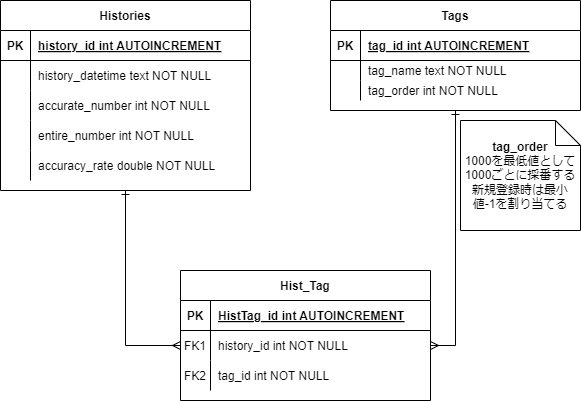
Above: documents/テーブル設計.drawio.png in Lis-ReKid/CorrectRateLog (draw.io), before the change. Source tidied: cells renumbered, new cells last; positions are measured from the earlier drawing's top-left corner, leaving out a move shared by most shapes.
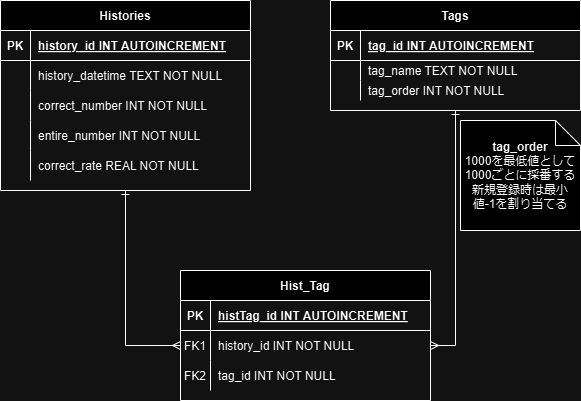
Later version of the same file.

Commit message:
テーブル設計書を改修

Change to the diagram source:
```diff
@@ -1,121 +1,121 @@
-<mxGraphModel background="#FFFFFF">
+<mxGraphModel>
   <root>
     <mxCell id="0" />
     <mxCell id="1" parent="0" />
     <mxCell id="2" value="Tags" style="shape=table;startSize=30;rowLines=0;fontStyle=1;align=center;" parent="1" vertex="1">
       <mxGeometry x="330" width="250" height="110" as="geometry" />
     </mxCell>
-    <mxCell id="3" style="shape=partialRectangle;fillColor=none;top=0;left=0;right=0;bottom=1;" parent="2" vertex="1">
-      <mxGeometry y="30" width="250" height="30" as="geometry" />
-    </mxCell>
-    <mxCell id="4" value="PK" style="shape=partialRectangle;overflow=hidden;fillColor=none;top=0;left=0;bottom=0;right=0;fontStyle=1;" parent="3" vertex="1">
-      <mxGeometry width="30" height="30" as="geometry" />
-    </mxCell>
-    <mxCell id="5" value="tag_id int AUTOINCREMENT" style="shape=partialRectangle;overflow=hidden;fillColor=none;top=0;left=0;bottom=0;right=0;align=left;spacingLeft=6;fontStyle=5;" parent="3" vertex="1">
-      <mxGeometry x="30" width="220" height="30" as="geometry" />
-    </mxCell>
+    <mxCell id="41" style="shape=partialRectangle;fillColor=none;top=0;left=0;right=0;bottom=1;" parent="2" vertex="1">
+      <mxGeometry y="30" width="250" height="30" as="geometry" />
+    </mxCell>
+    <mxCell id="42" value="PK" style="shape=partialRectangle;overflow=hidden;fillColor=none;top=0;left=0;bottom=0;right=0;fontStyle=1;" parent="41" vertex="1">
+      <mxGeometry width="30" height="30" as="geometry" />
+    </mxCell>
+    <mxCell id="43" value="tag_id INT AUTOINCREMENT" style="shape=partialRectangle;overflow=hidden;fillColor=none;top=0;left=0;bottom=0;right=0;align=left;spacingLeft=6;fontStyle=5;" parent="41" vertex="1">
+      <mxGeometry x="30" width="220" height="30" as="geometry" />
+    </mxCell>
     <mxCell id="6" style="shape=partialRectangle;fillColor=none;top=0;left=0;right=0;bottom=0;" parent="2" vertex="1">
       <mxGeometry y="60" width="250" height="20" as="geometry" />
     </mxCell>
-    <mxCell id="7" style="shape=partialRectangle;overflow=hidden;fillColor=none;top=0;left=0;bottom=0;right=0;" parent="6" vertex="1">
-      <mxGeometry width="30" height="20" as="geometry" />
-    </mxCell>
-    <mxCell id="8" value="tag_name text NOT NULL" style="shape=partialRectangle;overflow=hidden;fillColor=none;top=0;left=0;bottom=0;right=0;align=left;spacingLeft=6;" parent="6" vertex="1">
-      <mxGeometry x="30" width="220" height="20" as="geometry" />
-    </mxCell>
+    <mxCell id="44" style="shape=partialRectangle;overflow=hidden;fillColor=none;top=0;left=0;bottom=0;right=0;" parent="6" vertex="1">
+      <mxGeometry width="30" height="20" as="geometry" />
+    </mxCell>
+    <mxCell id="45" value="tag_name TEXT NOT NULL" style="shape=partialRectangle;overflow=hidden;fillColor=none;top=0;left=0;bottom=0;right=0;align=left;spacingLeft=6;" parent="6" vertex="1">
+      <mxGeometry x="30" width="220" height="20" as="geometry" />
+    </mxCell>
     <mxCell id="9" style="shape=partialRectangle;fillColor=none;top=0;left=0;right=0;bottom=0;" parent="2" vertex="1">
       <mxGeometry y="80" width="250" height="20" as="geometry" />
     </mxCell>
-    <mxCell id="10" style="shape=partialRectangle;overflow=hidden;fillColor=none;top=0;left=0;bottom=0;right=0;" parent="9" vertex="1">
-      <mxGeometry width="30" height="20" as="geometry" />
-    </mxCell>
-    <mxCell id="11" value="tag_order int NOT NULL" style="shape=partialRectangle;overflow=hidden;fillColor=none;top=0;left=0;bottom=0;right=0;align=left;spacingLeft=6;" parent="9" vertex="1">
-      <mxGeometry x="30" width="220" height="20" as="geometry" />
-    </mxCell>
+    <mxCell id="46" style="shape=partialRectangle;overflow=hidden;fillColor=none;top=0;left=0;bottom=0;right=0;" parent="9" vertex="1">
+      <mxGeometry width="30" height="20" as="geometry" />
+    </mxCell>
+    <mxCell id="47" value="tag_order INT NOT NULL" style="shape=partialRectangle;overflow=hidden;fillColor=none;top=0;left=0;bottom=0;right=0;align=left;spacingLeft=6;" parent="9" vertex="1">
+      <mxGeometry x="30" width="220" height="20" as="geometry" />
+    </mxCell>
     <mxCell id="12" value="Hist_Tag" style="shape=table;startSize=30;rowLines=0;fontStyle=1;align=center;" parent="1" vertex="1">
       <mxGeometry x="180" y="270" width="250" height="130" as="geometry" />
     </mxCell>
-    <mxCell id="13" style="shape=partialRectangle;fillColor=none;top=0;left=0;right=0;bottom=1;" parent="12" vertex="1">
-      <mxGeometry y="30" width="250" height="30" as="geometry" />
-    </mxCell>
-    <mxCell id="14" value="PK" style="shape=partialRectangle;overflow=hidden;fillColor=none;top=0;left=0;bottom=0;right=0;fontStyle=1;" parent="13" vertex="1">
-      <mxGeometry width="30" height="30" as="geometry" />
-    </mxCell>
-    <mxCell id="15" value="HistTag_id int AUTOINCREMENT" style="shape=partialRectangle;overflow=hidden;fillColor=none;top=0;left=0;bottom=0;right=0;align=left;spacingLeft=6;fontStyle=5;" parent="13" vertex="1">
-      <mxGeometry x="30" width="220" height="30" as="geometry" />
-    </mxCell>
-    <mxCell id="16" style="shape=partialRectangle;fillColor=none;points=[[0,0.5],[1,0.5]];portConstraint=eastwest;top=0;left=0;right=0;bottom=0;" parent="12" vertex="1">
-      <mxGeometry y="60" width="250" height="30" as="geometry" />
-    </mxCell>
+    <mxCell id="48" style="shape=partialRectangle;fillColor=none;top=0;left=0;right=0;bottom=1;" parent="12" vertex="1">
+      <mxGeometry y="30" width="250" height="30" as="geometry" />
+    </mxCell>
+    <mxCell id="49" value="PK" style="shape=partialRectangle;overflow=hidden;fillColor=none;top=0;left=0;bottom=0;right=0;fontStyle=1;" parent="48" vertex="1">
+      <mxGeometry width="30" height="30" as="geometry" />
+    </mxCell>
+    <mxCell id="50" value="histTag_id INT AUTOINCREMENT" style="shape=partialRectangle;overflow=hidden;fillColor=none;top=0;left=0;bottom=0;right=0;align=left;spacingLeft=6;fontStyle=5;" parent="48" vertex="1">
+      <mxGeometry x="30" width="220" height="30" as="geometry" />
+    </mxCell>
+    <mxCell id="51" style="shape=partialRectangle;fillColor=none;points=[[0,0.5],[1,0.5]];portConstraint=eastwest;top=0;left=0;right=0;bottom=0;" parent="12" vertex="1">
+      <mxGeometry y="60" width="250" height="30" as="geometry" />
+    </mxCell>
-    <mxCell id="17" value="FK1" style="shape=partialRectangle;overflow=hidden;fillColor=none;top=0;left=0;bottom=0;right=0;" parent="16" vertex="1">
+    <mxCell id="17" value="FK1" style="shape=partialRectangle;overflow=hidden;fillColor=none;top=0;left=0;bottom=0;right=0;" parent="51" vertex="1">
       <mxGeometry width="30" height="30" as="geometry" />
     </mxCell>
-    <mxCell id="18" value="history_id int NOT NULL" style="shape=partialRectangle;overflow=hidden;fillColor=none;top=0;left=0;bottom=0;right=0;align=left;spacingLeft=6;" parent="16" vertex="1">
-      <mxGeometry x="30" width="220" height="30" as="geometry" />
-    </mxCell>
-    <mxCell id="19" style="shape=partialRectangle;fillColor=none;top=0;left=0;right=0;bottom=0;" parent="12" vertex="1">
-      <mxGeometry y="90" width="250" height="30" as="geometry" />
-    </mxCell>
+    <mxCell id="52" value="history_id INT NOT NULL" style="shape=partialRectangle;overflow=hidden;fillColor=none;top=0;left=0;bottom=0;right=0;align=left;spacingLeft=6;" parent="51" vertex="1">
+      <mxGeometry x="30" width="220" height="30" as="geometry" />
+    </mxCell>
+    <mxCell id="53" style="shape=partialRectangle;fillColor=none;top=0;left=0;right=0;bottom=0;" parent="12" vertex="1">
+      <mxGeometry y="90" width="250" height="30" as="geometry" />
+    </mxCell>
-    <mxCell id="20" value="FK2" style="shape=partialRectangle;overflow=hidden;fillColor=none;top=0;left=0;bottom=0;right=0;" parent="19" vertex="1">
+    <mxCell id="20" value="FK2" style="shape=partialRectangle;overflow=hidden;fillColor=none;top=0;left=0;bottom=0;right=0;" parent="53" vertex="1">
       <mxGeometry width="30" height="30" as="geometry" />
     </mxCell>
-    <mxCell id="21" value="tag_id int NOT NULL" style="shape=partialRectangle;overflow=hidden;fillColor=none;top=0;left=0;bottom=0;right=0;align=left;spacingLeft=6;" parent="19" vertex="1">
-      <mxGeometry x="30" width="220" height="30" as="geometry" />
-    </mxCell>
-    <mxCell id="22" style="edgeStyle=orthogonalEdgeStyle;rounded=0;jettySize=auto;html=1;entryX=0;entryY=0.5;entryDx=0;entryDy=0;strokeWidth=1;startArrow=ERone;startFill=0;endArrow=ERmany;endFill=0;" parent="1" edge="1" source="23" target="16">
-      <mxGeometry relative="1" as="geometry" />
-    </mxCell>
+    <mxCell id="54" value="tag_id INT NOT NULL" style="shape=partialRectangle;overflow=hidden;fillColor=none;top=0;left=0;bottom=0;right=0;align=left;spacingLeft=6;" parent="53" vertex="1">
+      <mxGeometry x="30" width="220" height="30" as="geometry" />
+    </mxCell>
+    <mxCell id="55" style="edgeStyle=orthogonalEdgeStyle;rounded=0;jettySize=auto;html=1;entryX=0;entryY=0.5;entryDx=0;entryDy=0;strokeWidth=1;startArrow=ERone;startFill=0;endArrow=ERmany;endFill=0;" parent="1" edge="1" source="23" target="51">
+      <mxGeometry relative="1" as="geometry" />
+    </mxCell>
     <mxCell id="23" value="Histories" style="shape=table;startSize=30;rowLines=0;fontStyle=1;align=center;" parent="1" vertex="1">
       <mxGeometry width="250" height="190" as="geometry" />
     </mxCell>
-    <mxCell id="24" style="shape=partialRectangle;fillColor=none;top=0;left=0;right=0;bottom=1;" parent="23" vertex="1">
-      <mxGeometry y="30" width="250" height="30" as="geometry" />
-    </mxCell>
-    <mxCell id="25" value="PK" style="shape=partialRectangle;overflow=hidden;fillColor=none;top=0;left=0;bottom=0;right=0;fontStyle=1;" parent="24" vertex="1">
-      <mxGeometry width="30" height="30" as="geometry" />
-    </mxCell>
-    <mxCell id="26" value="history_id int AUTOINCREMENT" style="shape=partialRectangle;overflow=hidden;fillColor=none;top=0;left=0;bottom=0;right=0;align=left;spacingLeft=6;fontStyle=5;" parent="24" vertex="1">
-      <mxGeometry x="30" width="220" height="30" as="geometry" />
-    </mxCell>
-    <mxCell id="27" style="shape=partialRectangle;fillColor=none;top=0;left=0;right=0;bottom=0;" parent="23" vertex="1">
-      <mxGeometry y="60" width="250" height="30" as="geometry" />
-    </mxCell>
-    <mxCell id="28" style="shape=partialRectangle;overflow=hidden;fillColor=none;top=0;left=0;bottom=0;right=0;" parent="27" vertex="1">
-      <mxGeometry width="30" height="30" as="geometry" />
-    </mxCell>
-    <mxCell id="29" value="history_datetime text NOT NULL" style="shape=partialRectangle;overflow=hidden;fillColor=none;top=0;left=0;bottom=0;right=0;align=left;spacingLeft=6;" parent="27" vertex="1">
-      <mxGeometry x="30" width="220" height="30" as="geometry" />
-    </mxCell>
-    <mxCell id="30" style="shape=partialRectangle;fillColor=none;top=0;left=0;right=0;bottom=0;" parent="23" vertex="1">
-      <mxGeometry y="90" width="250" height="30" as="geometry" />
-    </mxCell>
-    <mxCell id="31" style="shape=partialRectangle;overflow=hidden;fillColor=none;top=0;left=0;bottom=0;right=0;" parent="30" vertex="1">
-      <mxGeometry width="30" height="30" as="geometry" />
-    </mxCell>
-    <mxCell id="32" value="accurate_number int NOT NULL" style="shape=partialRectangle;overflow=hidden;fillColor=none;top=0;left=0;bottom=0;right=0;align=left;spacingLeft=6;" parent="30" vertex="1">
-      <mxGeometry x="30" width="220" height="30" as="geometry" />
-    </mxCell>
+    <mxCell id="56" style="shape=partialRectangle;fillColor=none;top=0;left=0;right=0;bottom=1;" parent="23" vertex="1">
+      <mxGeometry y="30" width="250" height="30" as="geometry" />
+    </mxCell>
+    <mxCell id="57" value="PK" style="shape=partialRectangle;overflow=hidden;fillColor=none;top=0;left=0;bottom=0;right=0;fontStyle=1;" parent="56" vertex="1">
+      <mxGeometry width="30" height="30" as="geometry" />
+    </mxCell>
+    <mxCell id="58" value="history_id INT AUTOINCREMENT" style="shape=partialRectangle;overflow=hidden;fillColor=none;top=0;left=0;bottom=0;right=0;align=left;spacingLeft=6;fontStyle=5;" parent="56" vertex="1">
+      <mxGeometry x="30" width="220" height="30" as="geometry" />
+    </mxCell>
+    <mxCell id="59" style="shape=partialRectangle;fillColor=none;top=0;left=0;right=0;bottom=0;" parent="23" vertex="1">
+      <mxGeometry y="60" width="250" height="30" as="geometry" />
+    </mxCell>
+    <mxCell id="60" style="shape=partialRectangle;overflow=hidden;fillColor=none;top=0;left=0;bottom=0;right=0;" parent="59" vertex="1">
+      <mxGeometry width="30" height="30" as="geometry" />
+    </mxCell>
+    <mxCell id="61" value="history_datetime TEXT NOT NULL" style="shape=partialRectangle;overflow=hidden;fillColor=none;top=0;left=0;bottom=0;right=0;align=left;spacingLeft=6;" parent="59" vertex="1">
+      <mxGeometry x="30" width="220" height="30" as="geometry" />
+    </mxCell>
+    <mxCell id="62" style="shape=partialRectangle;fillColor=none;top=0;left=0;right=0;bottom=0;" parent="23" vertex="1">
+      <mxGeometry y="90" width="250" height="30" as="geometry" />
+    </mxCell>
+    <mxCell id="63" style="shape=partialRectangle;overflow=hidden;fillColor=none;top=0;left=0;bottom=0;right=0;" parent="62" vertex="1">
+      <mxGeometry width="30" height="30" as="geometry" />
+    </mxCell>
+    <mxCell id="64" value="correct_number INT NOT NULL" style="shape=partialRectangle;overflow=hidden;fillColor=none;top=0;left=0;bottom=0;right=0;align=left;spacingLeft=6;" parent="62" vertex="1">
+      <mxGeometry x="30" width="220" height="30" as="geometry" />
+    </mxCell>
     <mxCell id="33" style="shape=partialRectangle;fillColor=none;top=0;left=0;right=0;bottom=0;" parent="23" vertex="1">
       <mxGeometry y="120" width="250" height="30" as="geometry" />
     </mxCell>
-    <mxCell id="34" style="shape=partialRectangle;overflow=hidden;fillColor=none;top=0;left=0;bottom=0;right=0;" parent="33" vertex="1">
-      <mxGeometry width="30" height="30" as="geometry" />
-    </mxCell>
-    <mxCell id="35" value="entire_number int NOT NULL" style="shape=partialRectangle;overflow=hidden;fillColor=none;top=0;left=0;bottom=0;right=0;align=left;spacingLeft=6;" parent="33" vertex="1">
-      <mxGeometry x="30" width="220" height="30" as="geometry" />
-    </mxCell>
+    <mxCell id="65" style="shape=partialRectangle;overflow=hidden;fillColor=none;top=0;left=0;bottom=0;right=0;" parent="33" vertex="1">
+      <mxGeometry width="30" height="30" as="geometry" />
+    </mxCell>
+    <mxCell id="66" value="entire_number INT NOT NULL" style="shape=partialRectangle;overflow=hidden;fillColor=none;top=0;left=0;bottom=0;right=0;align=left;spacingLeft=6;" parent="33" vertex="1">
+      <mxGeometry x="30" width="220" height="30" as="geometry" />
+    </mxCell>
     <mxCell id="36" style="shape=partialRectangle;fillColor=none;top=0;left=0;right=0;bottom=0;" parent="23" vertex="1">
       <mxGeometry y="150" width="250" height="30" as="geometry" />
     </mxCell>
-    <mxCell id="37" style="shape=partialRectangle;overflow=hidden;fillColor=none;top=0;left=0;bottom=0;right=0;" parent="36" vertex="1">
-      <mxGeometry width="30" height="30" as="geometry" />
-    </mxCell>
-    <mxCell id="38" value="accuracy_rate double NOT NULL" style="shape=partialRectangle;overflow=hidden;fillColor=none;top=0;left=0;bottom=0;right=0;align=left;spacingLeft=6;" parent="36" vertex="1">
-      <mxGeometry x="30" width="220" height="30" as="geometry" />
-    </mxCell>
-    <mxCell id="39" style="edgeStyle=orthogonalEdgeStyle;rounded=0;jettySize=auto;html=1;entryX=0.5;entryY=1;entryDx=0;entryDy=0;endArrow=ERone;endFill=0;startArrow=ERmany;startFill=0;" parent="1" edge="1" source="16" target="2">
-      <mxGeometry relative="1" as="geometry" />
-    </mxCell>
+    <mxCell id="67" style="shape=partialRectangle;overflow=hidden;fillColor=none;top=0;left=0;bottom=0;right=0;" parent="36" vertex="1">
+      <mxGeometry width="30" height="30" as="geometry" />
+    </mxCell>
+    <mxCell id="68" value="correct_rate REAL NOT NULL" style="shape=partialRectangle;overflow=hidden;fillColor=none;top=0;left=0;bottom=0;right=0;align=left;spacingLeft=6;" parent="36" vertex="1">
+      <mxGeometry x="30" width="220" height="30" as="geometry" />
+    </mxCell>
+    <mxCell id="69" style="edgeStyle=orthogonalEdgeStyle;rounded=0;jettySize=auto;html=1;entryX=0.5;entryY=1;entryDx=0;entryDy=0;endArrow=ERone;endFill=0;startArrow=ERmany;startFill=0;" parent="1" edge="1" source="51" target="2">
+      <mxGeometry relative="1" as="geometry" />
+    </mxCell>
     <mxCell id="40" value="&lt;b&gt;tag_order&lt;/b&gt;&lt;div&gt;1000を最低値として1000ごとに採番する&lt;/div&gt;&lt;div&gt;新規登録時は最小値-1を割り当てる&lt;/div&gt;" style="shape=note2;boundedLbl=1;whiteSpace=wrap;html=1;size=25;verticalAlign=middle;align=center;labelPosition=center;verticalLabelPosition=middle;" parent="1" vertex="1">
       <mxGeometry x="460" y="120" width="120" height="110" as="geometry" />
     </mxCell>
```
